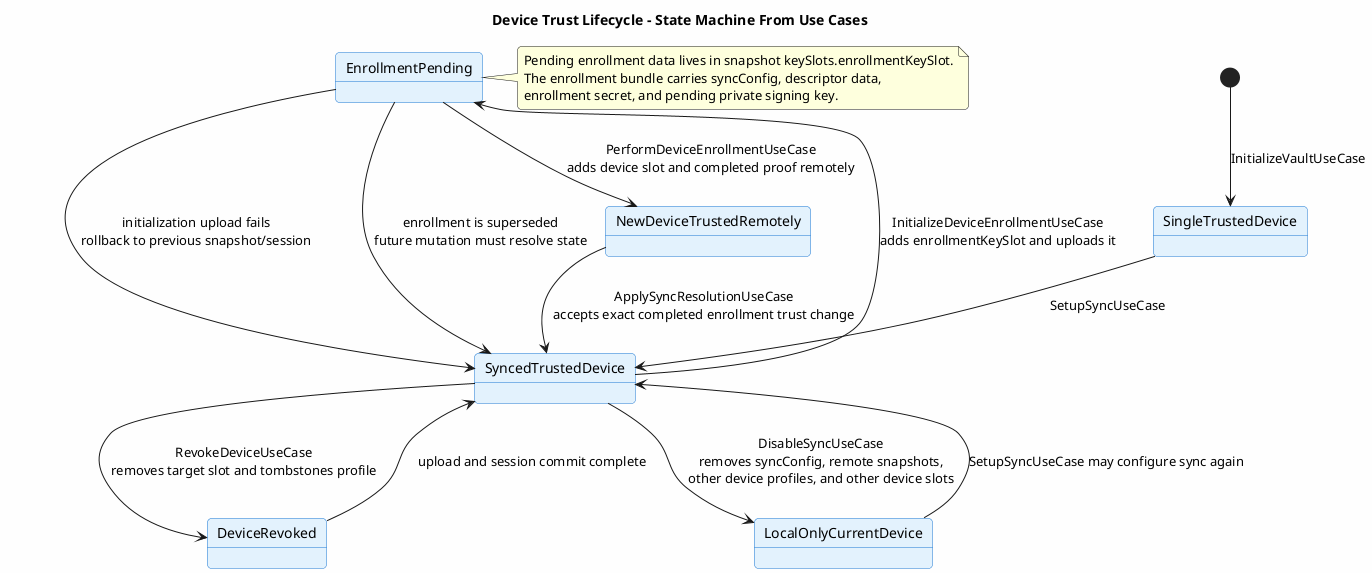
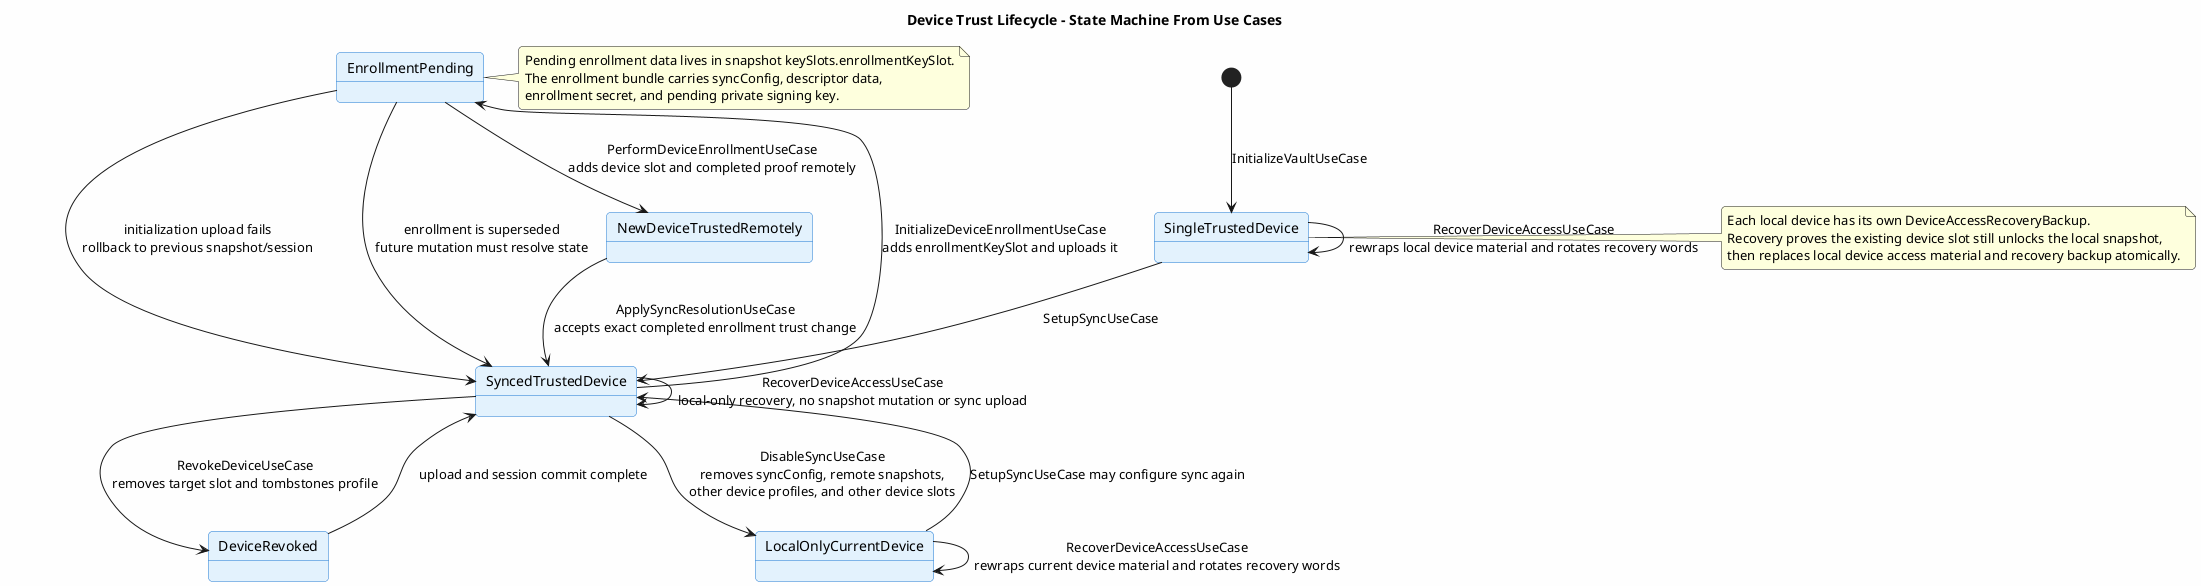
@startuml device-lifecycle-state-machine
title Device Trust Lifecycle - State Machine From Use Cases

skinparam backgroundColor #FEFEFE
skinparam roundcorner 8
skinparam shadowing false
skinparam state {
  BackgroundColor #E3F2FD
  BorderColor #1976D2
}

[*] --> SingleTrustedDevice : InitializeVaultUseCase

SingleTrustedDevice --> SyncedTrustedDevice : SetupSyncUseCase
SyncedTrustedDevice --> EnrollmentPending : InitializeDeviceEnrollmentUseCase\nadds enrollmentKeySlot and uploads it
EnrollmentPending --> NewDeviceTrustedRemotely : PerformDeviceEnrollmentUseCase\nadds device slot and completed proof remotely
NewDeviceTrustedRemotely --> SyncedTrustedDevice : ApplySyncResolutionUseCase\naccepts exact completed enrollment trust change

SyncedTrustedDevice --> DeviceRevoked : RevokeDeviceUseCase\nremoves target slot and tombstones profile
DeviceRevoked --> SyncedTrustedDevice : upload and session commit complete

SyncedTrustedDevice --> LocalOnlyCurrentDevice : DisableSyncUseCase\nremoves syncConfig, remote snapshots,\nother device profiles, and other device slots
LocalOnlyCurrentDevice --> SyncedTrustedDevice : SetupSyncUseCase may configure sync again

+ SingleTrustedDevice --> SingleTrustedDevice : RecoverDeviceAccessUseCase\nrewraps local device material and rotates recovery words
+ SyncedTrustedDevice --> SyncedTrustedDevice : RecoverDeviceAccessUseCase\nlocal-only recovery, no snapshot mutation or sync upload
+ LocalOnlyCurrentDevice --> LocalOnlyCurrentDevice : RecoverDeviceAccessUseCase\nrewraps current device material and rotates recovery words
+ 
EnrollmentPending --> SyncedTrustedDevice : initialization upload fails\nrollback to previous snapshot/session
EnrollmentPending --> SyncedTrustedDevice : enrollment is superseded\nfuture mutation must resolve state

note right of EnrollmentPending
Pending enrollment data lives in snapshot keySlots.enrollmentKeySlot.
The enrollment bundle carries syncConfig, descriptor data,
enrollment secret, and pending private signing key.
end note

+ note right of SingleTrustedDevice
+ Each local device has its own DeviceAccessRecoveryBackup.
+ Recovery proves the existing device slot still unlocks the local snapshot,
+ then replaces local device access material and recovery backup atomically.
+ end note
+ 
@enduml
